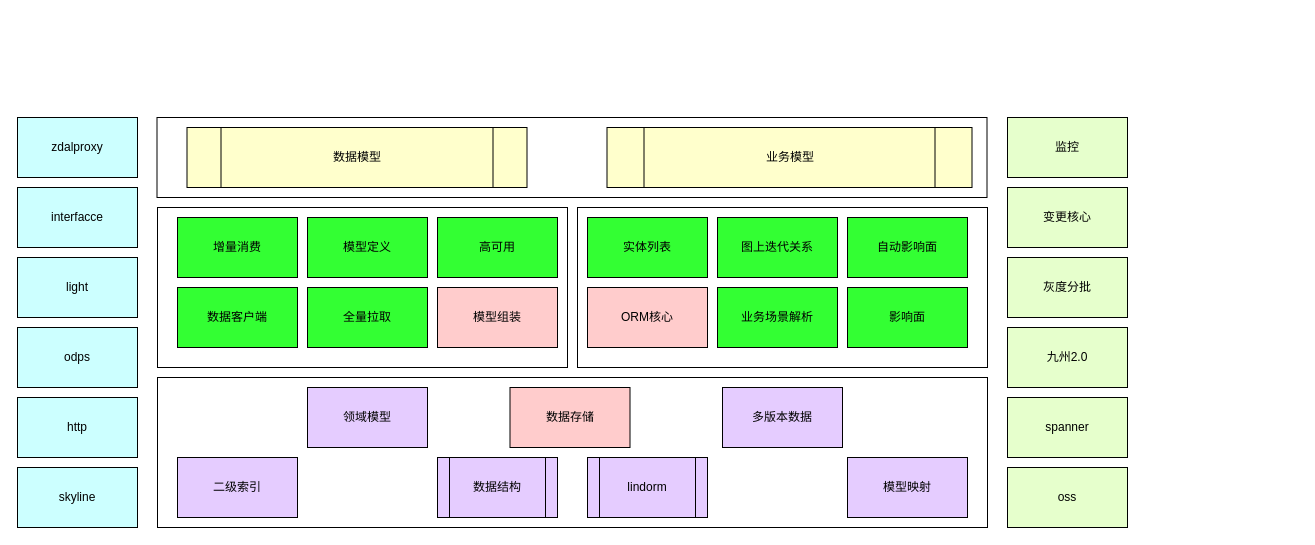
Before: 影响面内部框架.drawio in frankneu/draw.io, a draw.io diagram. Source tidied: cells renumbered, new cells numbered last; positions are measured from the earlier drawing's top-left corner, leaving out a move shared by most shapes. Both pictures are drawn from the tidied source at 100%, with x=0, y=0 at pixel (17, 117).
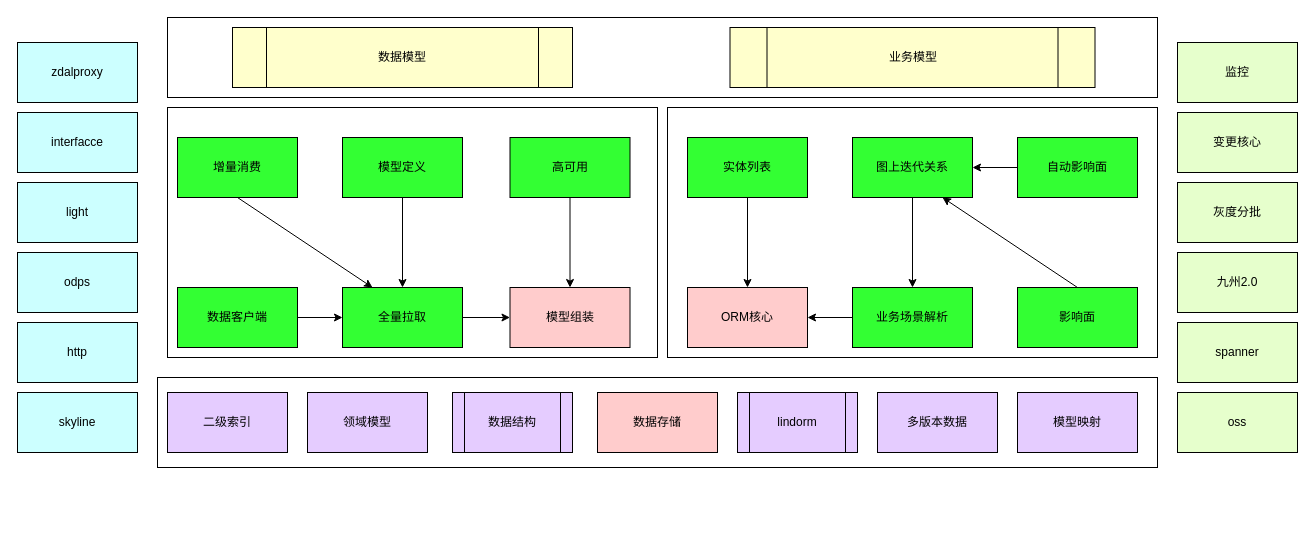
The same page after the edit.

Commit message:
Update 影响面内部框架.drawio

The change refers to these unchanged cells:
```xml
<mxCell id="7" value="数据客户端" style="rounded=0;whiteSpace=wrap;html=1;fillColor=#33FF33;" parent="1" vertex="1">
  <mxGeometry x="160" y="170" width="120" height="60" as="geometry" />
</mxCell>
```

Change to the diagram source:
```diff
@@
     <mxCell id="2" style="rounded=0;whiteSpace=wrap;html=1;" parent="1" vertex="1">
-      <mxGeometry x="139.5" width="830" height="80" as="geometry" />
+      <mxGeometry x="150" y="-100" width="990" height="80" as="geometry" />
     </mxCell>
     <mxCell id="3" style="rounded=0;whiteSpace=wrap;html=1;" parent="1" vertex="1">
-      <mxGeometry x="560" y="90" width="410" height="160" as="geometry" />
+      <mxGeometry x="150" y="-10" width="490" height="250" as="geometry" />
     </mxCell>
     <mxCell id="4" style="rounded=0;whiteSpace=wrap;html=1;" parent="1" vertex="1">
-      <mxGeometry x="140" y="260" width="830" height="150" as="geometry" />
+      <mxGeometry x="140" y="260" width="1000" height="90" as="geometry" />
     </mxCell>
     <mxCell id="5" style="rounded=0;whiteSpace=wrap;html=1;" parent="1" vertex="1">
-      <mxGeometry x="140" y="90" width="410" height="160" as="geometry" />
+      <mxGeometry x="650" y="-10" width="490" height="250" as="geometry" />
     </mxCell>
+    <mxCell id="39" style="edgeStyle=none;rounded=0;jettySize=auto;html=1;exitX=0.5;exitY=1;exitDx=0;exitDy=0;entryX=0.25;entryY=0;entryDx=0;entryDy=0;" parent="1" edge="1" source="6" target="9">
+      <mxGeometry relative="1" as="geometry" />
+    </mxCell>
     <mxCell id="6" value="增量消费" style="rounded=0;whiteSpace=wrap;html=1;fillColor=#33FF33;" parent="1" vertex="1">
-      <mxGeometry x="160" y="100" width="120" height="60" as="geometry" />
+      <mxGeometry x="160" y="20" width="120" height="60" as="geometry" />
     </mxCell>
+    <mxCell id="40" style="edgeStyle=none;rounded=0;jettySize=auto;html=1;" parent="1" edge="1" source="7" target="9">
+      <mxGeometry relative="1" as="geometry" />
+    </mxCell>
@@
+    <mxCell id="41" style="edgeStyle=none;rounded=0;jettySize=auto;html=1;exitX=0.5;exitY=1;exitDx=0;exitDy=0;entryX=0.5;entryY=0;entryDx=0;entryDy=0;" parent="1" edge="1" source="8" target="9">
+      <mxGeometry relative="1" as="geometry" />
+    </mxCell>
     <mxCell id="8" value="模型定义" style="rounded=0;whiteSpace=wrap;html=1;fillColor=#33FF33;" parent="1" vertex="1">
-      <mxGeometry x="290" y="100" width="120" height="60" as="geometry" />
+      <mxGeometry x="325" y="20" width="120" height="60" as="geometry" />
     </mxCell>
+    <mxCell id="42" style="edgeStyle=none;rounded=0;jettySize=auto;html=1;exitX=1;exitY=0.5;exitDx=0;exitDy=0;entryX=0;entryY=0.5;entryDx=0;entryDy=0;" parent="1" edge="1" source="9" target="10">
+      <mxGeometry relative="1" as="geometry" />
+    </mxCell>
     <mxCell id="9" value="全量拉取" style="rounded=0;whiteSpace=wrap;html=1;fillColor=#33FF33;" parent="1" vertex="1">
-      <mxGeometry x="290" y="170" width="120" height="60" as="geometry" />
+      <mxGeometry x="325" y="170" width="120" height="60" as="geometry" />
     </mxCell>
     <mxCell id="10" value="模型组装" style="rounded=0;whiteSpace=wrap;html=1;fillColor=#FFCCCC;" parent="1" vertex="1">
-      <mxGeometry x="420" y="170" width="120" height="60" as="geometry" />
+      <mxGeometry x="492.5" y="170" width="120" height="60" as="geometry" />
     </mxCell>
     <mxCell id="11" value="数据存储" style="rounded=0;whiteSpace=wrap;html=1;fillColor=#FFCCCC;" parent="1" vertex="1">
-      <mxGeometry x="492.5" y="270" width="120" height="60" as="geometry" />
+      <mxGeometry x="580" y="275" width="120" height="60" as="geometry" />
     </mxCell>
     <mxCell id="12" value="ORM核心" style="rounded=0;whiteSpace=wrap;html=1;fillColor=#FFCCCC;" parent="1" vertex="1">
-      <mxGeometry x="570" y="170" width="120" height="60" as="geometry" />
+      <mxGeometry x="670" y="170" width="120" height="60" as="geometry" />
     </mxCell>
+    <mxCell id="43" style="edgeStyle=none;rounded=0;jettySize=auto;html=1;exitX=0;exitY=0.5;exitDx=0;exitDy=0;entryX=1;entryY=0.5;entryDx=0;entryDy=0;" parent="1" edge="1" source="13" target="12">
+      <mxGeometry relative="1" as="geometry" />
+    </mxCell>
     <mxCell id="13" value="业务场景解析" style="rounded=0;whiteSpace=wrap;html=1;fillColor=#33FF33;" parent="1" vertex="1">
-      <mxGeometry x="700" y="170" width="120" height="60" as="geometry" />
+      <mxGeometry x="835" y="170" width="120" height="60" as="geometry" />
     </mxCell>
+    <mxCell id="44" style="edgeStyle=none;rounded=0;jettySize=auto;html=1;exitX=0.5;exitY=0;exitDx=0;exitDy=0;entryX=0.75;entryY=1;entryDx=0;entryDy=0;" parent="1" edge="1" source="14" target="18">
+      <mxGeometry relative="1" as="geometry" />
+    </mxCell>
     <mxCell id="14" value="影响面" style="rounded=0;whiteSpace=wrap;html=1;fillColor=#33FF33;" parent="1" vertex="1">
-      <mxGeometry x="830" y="170" width="120" height="60" as="geometry" />
+      <mxGeometry x="1000" y="170" width="120" height="60" as="geometry" />
     </mxCell>
     <mxCell id="15" value="二级索引" style="rounded=0;whiteSpace=wrap;html=1;fillColor=#E5CCFF;" parent="1" vertex="1">
-      <mxGeometry x="160" y="340" width="120" height="60" as="geometry" />
+      <mxGeometry x="150" y="275" width="120" height="60" as="geometry" />
     </mxCell>
     <mxCell id="16" value="模型映射" style="rounded=0;whiteSpace=wrap;html=1;fillColor=#E5CCFF;" parent="1" vertex="1">
-      <mxGeometry x="830" y="340" width="120" height="60" as="geometry" />
+      <mxGeometry x="1000" y="275" width="120" height="60" as="geometry" />
     </mxCell>
+    <mxCell id="45" style="edgeStyle=none;rounded=0;jettySize=auto;html=1;exitX=0.5;exitY=1;exitDx=0;exitDy=0;entryX=0.5;entryY=0;entryDx=0;entryDy=0;" parent="1" edge="1" source="17" target="12">
+      <mxGeometry relative="1" as="geometry" />
+    </mxCell>
     <mxCell id="17" value="实体列表" style="rounded=0;whiteSpace=wrap;html=1;fillColor=#33FF33;" parent="1" vertex="1">
-      <mxGeometry x="570" y="100" width="120" height="60" as="geometry" />
+      <mxGeometry x="670" y="20" width="120" height="60" as="geometry" />
     </mxCell>
+    <mxCell id="46" style="edgeStyle=none;rounded=0;jettySize=auto;html=1;exitX=0.5;exitY=1;exitDx=0;exitDy=0;entryX=0.5;entryY=0;entryDx=0;entryDy=0;" parent="1" edge="1" source="18" target="13">
+      <mxGeometry relative="1" as="geometry" />
+    </mxCell>
     <mxCell id="18" value="图上迭代关系" style="rounded=0;whiteSpace=wrap;html=1;fillColor=#33FF33;" parent="1" vertex="1">
-      <mxGeometry x="700" y="100" width="120" height="60" as="geometry" />
+      <mxGeometry x="835" y="20" width="120" height="60" as="geometry" />
     </mxCell>
     <mxCell id="19" value="数据模型" style="shape=process;whiteSpace=wrap;html=1;backgroundOutline=1;fillColor=#FFFFCC;" parent="1" vertex="1">
-      <mxGeometry x="169.5" y="10" width="340" height="60" as="geometry" />
+      <mxGeometry x="215" y="-90" width="340" height="60" as="geometry" />
     </mxCell>
     <mxCell id="20" value="业务模型" style="shape=process;whiteSpace=wrap;html=1;backgroundOutline=1;fillColor=#FFFFCC;" parent="1" vertex="1">
-      <mxGeometry x="589.5" y="10" width="365" height="60" as="geometry" />
+      <mxGeometry x="712.5" y="-90" width="365" height="60" as="geometry" />
     </mxCell>
     <mxCell id="21" value="数据结构" style="shape=process;whiteSpace=wrap;html=1;backgroundOutline=1;fillColor=#E5CCFF;" parent="1" vertex="1">
-      <mxGeometry x="420" y="340" width="120" height="60" as="geometry" />
+      <mxGeometry x="435" y="275" width="120" height="60" as="geometry" />
     </mxCell>
+    <mxCell id="47" style="edgeStyle=none;rounded=0;jettySize=auto;html=1;entryX=0.5;entryY=0;entryDx=0;entryDy=0;" parent="1" edge="1" source="22" target="10">
+      <mxGeometry relative="1" as="geometry" />
+    </mxCell>
     <mxCell id="22" value="高可用" style="rounded=0;whiteSpace=wrap;html=1;fillColor=#33FF33;" parent="1" vertex="1">
-      <mxGeometry x="420" y="100" width="120" height="60" as="geometry" />
+      <mxGeometry x="492.5" y="20" width="120" height="60" as="geometry" />
     </mxCell>
+    <mxCell id="48" style="edgeStyle=none;rounded=0;jettySize=auto;html=1;exitX=0;exitY=0.5;exitDx=0;exitDy=0;entryX=1;entryY=0.5;entryDx=0;entryDy=0;" parent="1" edge="1" source="23" target="18">
+      <mxGeometry relative="1" as="geometry" />
+    </mxCell>
     <mxCell id="23" value="自动影响面" style="rounded=0;whiteSpace=wrap;html=1;fillColor=#33FF33;" parent="1" vertex="1">
-      <mxGeometry x="830" y="100" width="120" height="60" as="geometry" />
+      <mxGeometry x="1000" y="20" width="120" height="60" as="geometry" />
     </mxCell>
     <mxCell id="24" value="领域模型" style="rounded=0;whiteSpace=wrap;html=1;fillColor=#E5CCFF;" parent="1" vertex="1">
-      <mxGeometry x="290" y="270" width="120" height="60" as="geometry" />
+      <mxGeometry x="290" y="275" width="120" height="60" as="geometry" />
     </mxCell>
     <mxCell id="25" value="多版本数据" style="rounded=0;whiteSpace=wrap;html=1;fillColor=#E5CCFF;" parent="1" vertex="1">
-      <mxGeometry x="705" y="270" width="120" height="60" as="geometry" />
+      <mxGeometry x="860" y="275" width="120" height="60" as="geometry" />
     </mxCell>
     <mxCell id="26" value="监控" style="rounded=0;whiteSpace=wrap;html=1;fillColor=#E6FFCC;" parent="1" vertex="1">
-      <mxGeometry x="990" width="120" height="60" as="geometry" />
+      <mxGeometry x="1160" y="-75" width="120" height="60" as="geometry" />
     </mxCell>
     <mxCell id="27" value="变更核心" style="rounded=0;whiteSpace=wrap;html=1;fillColor=#E6FFCC;" parent="1" vertex="1">
-      <mxGeometry x="990" y="70" width="120" height="60" as="geometry" />
+      <mxGeometry x="1160" y="-5" width="120" height="60" as="geometry" />
     </mxCell>
     <mxCell id="28" value="灰度分批" style="rounded=0;whiteSpace=wrap;html=1;fillColor=#E6FFCC;" parent="1" vertex="1">
-      <mxGeometry x="990" y="140" width="120" height="60" as="geometry" />
+      <mxGeometry x="1160" y="65" width="120" height="60" as="geometry" />
     </mxCell>
     <mxCell id="29" value="九州2.0" style="rounded=0;whiteSpace=wrap;html=1;fillColor=#E6FFCC;" parent="1" vertex="1">
-      <mxGeometry x="990" y="210" width="120" height="60" as="geometry" />
+      <mxGeometry x="1160" y="135" width="120" height="60" as="geometry" />
     </mxCell>
     <mxCell id="30" value="spanner" style="rounded=0;whiteSpace=wrap;html=1;fillColor=#E6FFCC;" parent="1" vertex="1">
-      <mxGeometry x="990" y="280" width="120" height="60" as="geometry" />
+      <mxGeometry x="1160" y="205" width="120" height="60" as="geometry" />
     </mxCell>
     <mxCell id="31" value="oss" style="rounded=0;whiteSpace=wrap;html=1;fillColor=#E6FFCC;" parent="1" vertex="1">
-      <mxGeometry x="990" y="350" width="120" height="60" as="geometry" />
+      <mxGeometry x="1160" y="275" width="120" height="60" as="geometry" />
     </mxCell>
     <mxCell id="32" value="lindorm" style="shape=process;whiteSpace=wrap;html=1;backgroundOutline=1;fillColor=#E5CCFF;" parent="1" vertex="1">
-      <mxGeometry x="570" y="340" width="120" height="60" as="geometry" />
+      <mxGeometry x="720" y="275" width="120" height="60" as="geometry" />
     </mxCell>
     <mxCell id="33" value="zdalproxy" style="rounded=0;whiteSpace=wrap;html=1;fillColor=#CCFFFF;" parent="1" vertex="1">
-      <mxGeometry width="120" height="60" as="geometry" />
+      <mxGeometry y="-75" width="120" height="60" as="geometry" />
     </mxCell>
     <mxCell id="34" value="interfacce" style="rounded=0;whiteSpace=wrap;html=1;fillColor=#CCFFFF;" parent="1" vertex="1">
-      <mxGeometry y="70" width="120" height="60" as="geometry" />
+      <mxGeometry y="-5" width="120" height="60" as="geometry" />
     </mxCell>
     <mxCell id="35" value="light" style="rounded=0;whiteSpace=wrap;html=1;fillColor=#CCFFFF;" parent="1" vertex="1">
-      <mxGeometry y="140" width="120" height="60" as="geometry" />
+      <mxGeometry y="65" width="120" height="60" as="geometry" />
     </mxCell>
     <mxCell id="36" value="odps" style="rounded=0;whiteSpace=wrap;html=1;fillColor=#CCFFFF;" parent="1" vertex="1">
-      <mxGeometry y="210" width="120" height="60" as="geometry" />
+      <mxGeometry y="135" width="120" height="60" as="geometry" />
     </mxCell>
     <mxCell id="37" value="http" style="rounded=0;whiteSpace=wrap;html=1;fillColor=#CCFFFF;" parent="1" vertex="1">
-      <mxGeometry y="280" width="120" height="60" as="geometry" />
+      <mxGeometry y="205" width="120" height="60" as="geometry" />
     </mxCell>
     <mxCell id="38" value="skyline" style="rounded=0;whiteSpace=wrap;html=1;fillColor=#CCFFFF;" parent="1" vertex="1">
-      <mxGeometry y="350" width="120" height="60" as="geometry" />
+      <mxGeometry y="275" width="120" height="60" as="geometry" />
     </mxCell>
```
